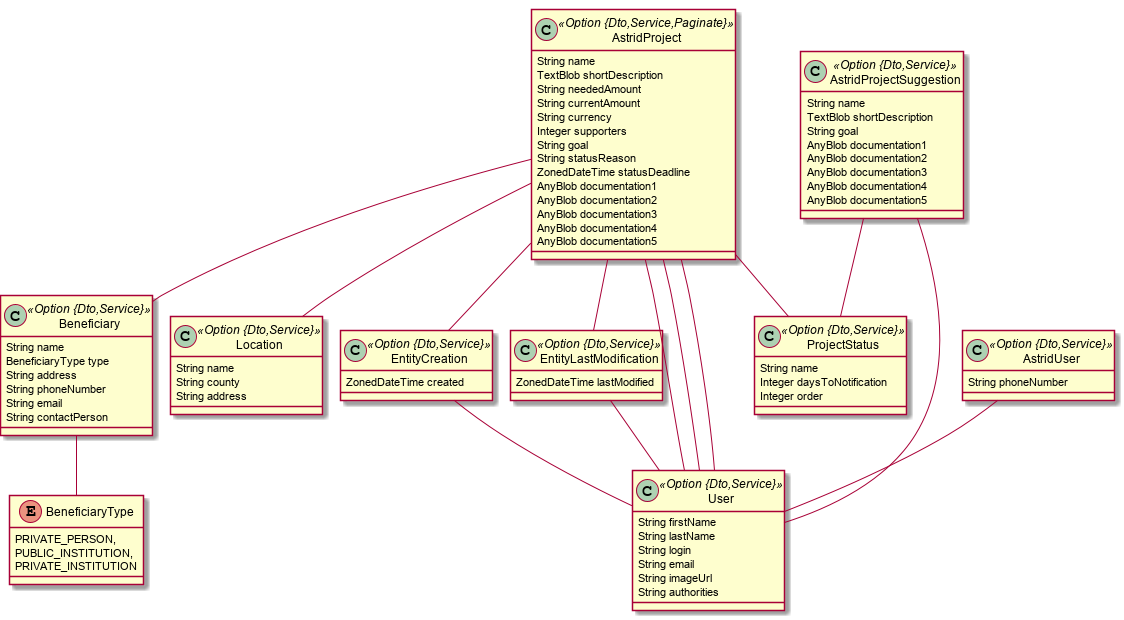
The PlantUML diagram astrid-diaspora.png in popica14/astrid-diaspora, before a commit.
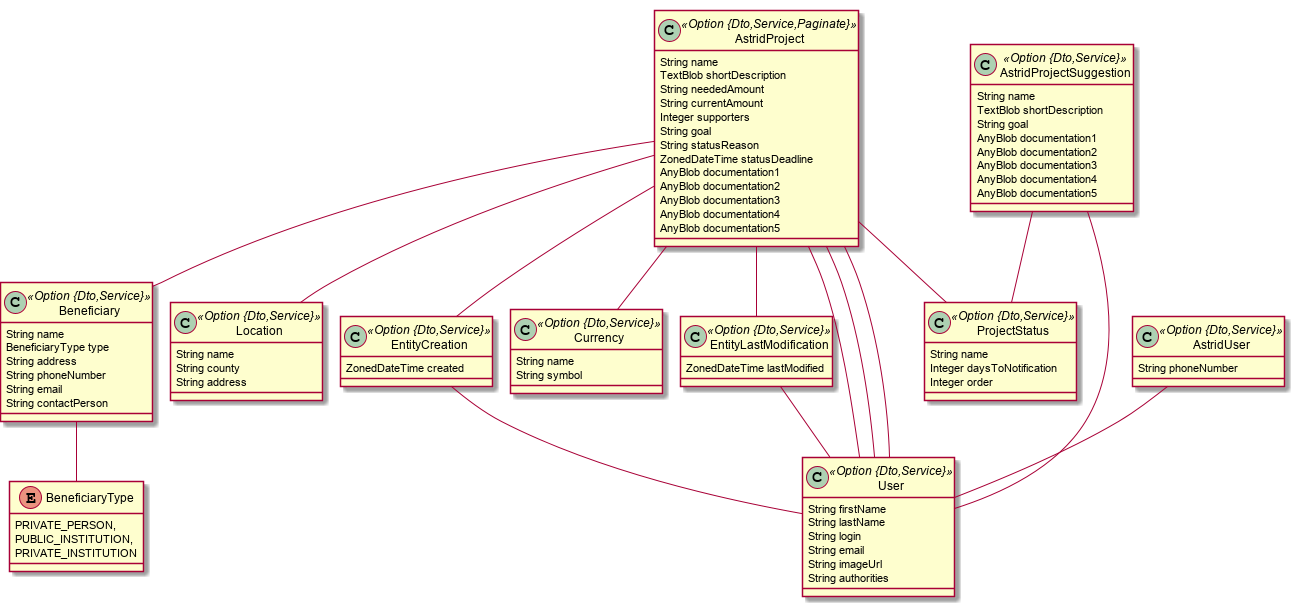
After the change.

The edit, as a diff of the source:
```diff
@@ -6,7 +6,6 @@
 		TextBlob shortDescription
 		String neededAmount
 		String currentAmount
-		String currency
 		Integer supporters
 		String goal
 		String statusReason
@@ -57,17 +56,22 @@
 	class EntityCreation <<Option {Dto,Service}>> {
 		ZonedDateTime created
 	}
+	class Currency <<Option {Dto,Service}>> {
+		String name
+		String symbol
+	}
 	class EntityLastModification <<Option {Dto,Service}>> {
 		ZonedDateTime lastModified
 	}
 	AstridProject  "responsible(login)  1..* " o-- "0..1 "  User
-	AstridProject  "initiator(login)  1..* " o-- "0..1 "  User
-	AstridProjectSuggestion  "initiator(login)  1..* " o-- "0..1 "  User
+	AstridProject  "initiator(login) 0..* " o-- "0..1 "  User
+	AstridProjectSuggestion  "initiator(login) 0..* " o-- "0..1 "  User
 	AstridProject  "status(name)  1..* " o-- "0..1 "  ProjectStatus
 	AstridProjectSuggestion  "status(name) 0..* " o-- "0..1 "  ProjectStatus
 	AstridProject  "location(name) 0..* " o-- "0..1 "  Location
 	EntityLastModification  "lastModifiedBy(login)  1..* " o-- "0..1 "  User
 	EntityCreation  "createdBy(login)  1..* " o-- "0..1 "  User
+	AstridProject  "currency(name)  1..* " o-- "0..1 "  Currency
 	AstridProject  "0..1 " -- "0..1 "  EntityCreation
 	AstridProject  "0..1 " -- "0..1 "  EntityLastModification
 	AstridUser  "0..1 " -- "0..1 "  User
```
